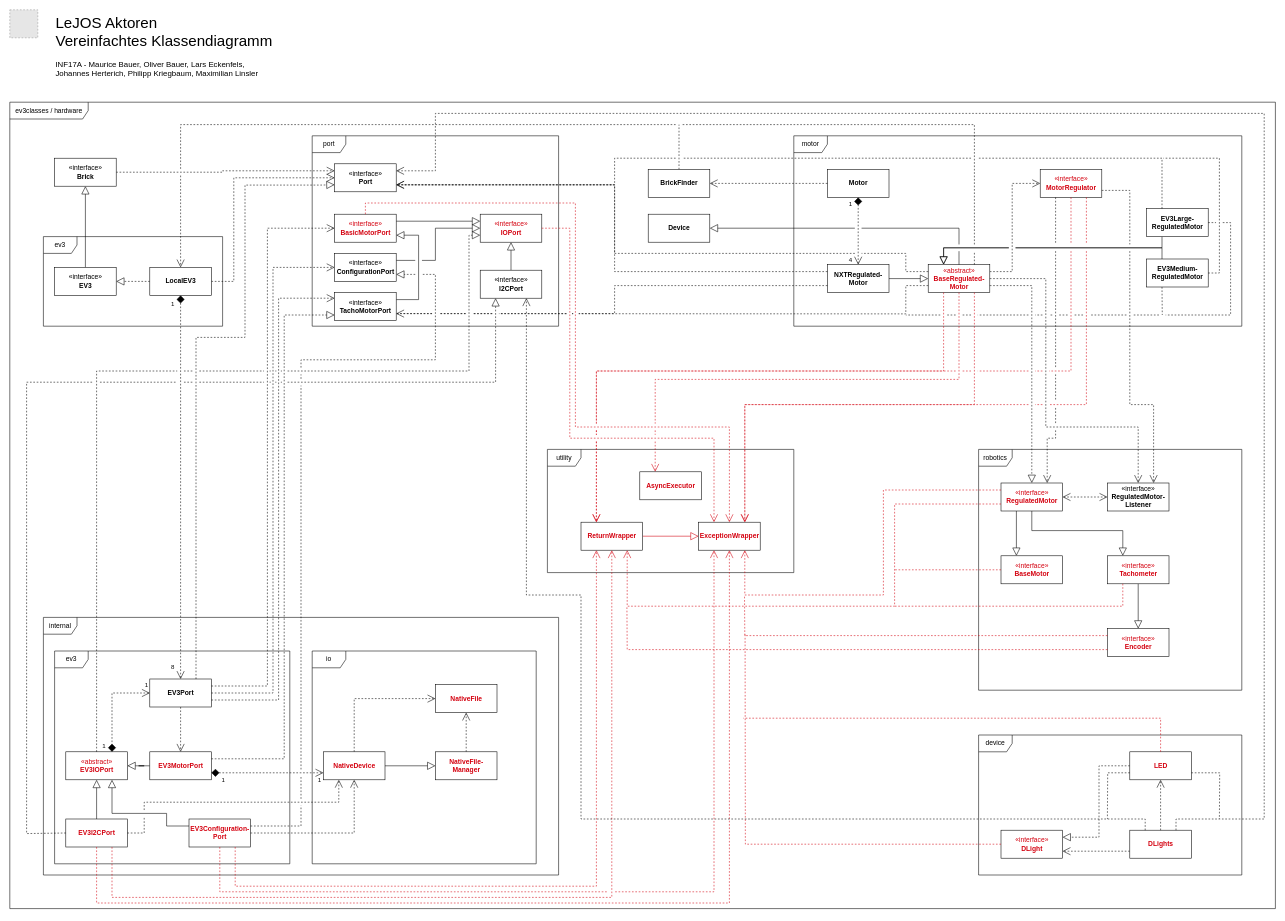
Earlier version of the draw.io diagram diagrams/Classdiagram_Full.drawio (herterjo/lejos-ev3). Source tidied: cells renumbered, new cells numbered last; positions are measured from the earlier drawing's top-left corner, leaving out a move shared by most shapes. Both pictures are drawn from the tidied source at 56%, with x=0, y=0 at pixel (10, 10). Pictures stored in the file or linked from it are replaced by grey dashed boxes.
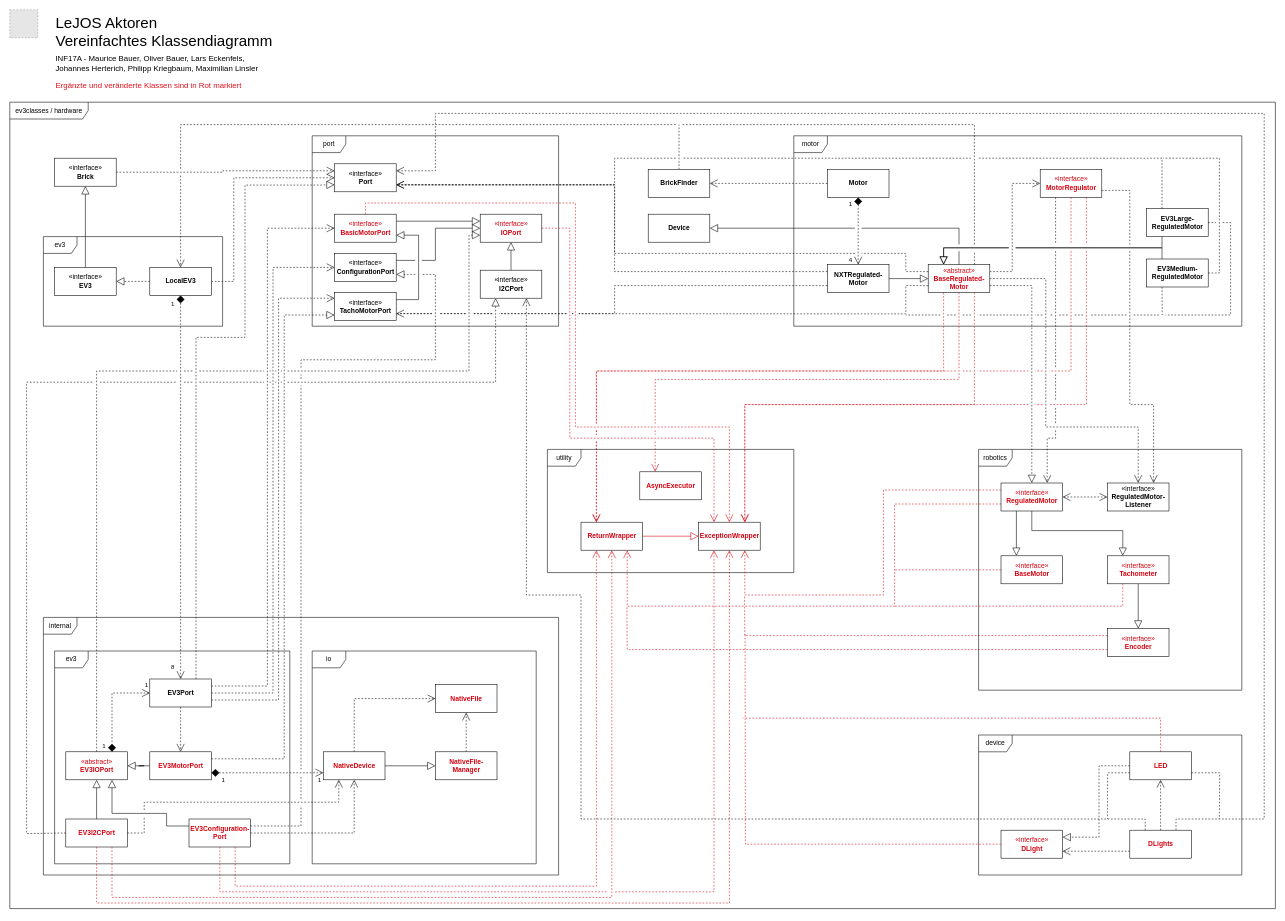
The same page after the edit.

The change refers to these unchanged cells:
```xml
<mxCell id="5" style="group;fontColor=#E2101E;" parent="3" vertex="1">
  <mxGeometry width="520" height="115" as="geometry" />
</mxCell>
```

Diff of the diagram source:
```diff
@@
     <mxCell id="7" value="INF17A - Maurice Bauer, Oliver Bauer, Lars Eckenfels,&lt;br&gt;Johannes Herterich, Philipp Kriegbaum, Maximilian Linsler" style="text;html=1;strokeColor=none;fillColor=none;align=left;verticalAlign=middle;whiteSpace=wrap;rounded=0;fontSize=14;" parent="5" vertex="1">
-      <mxGeometry x="80" y="95" width="440" height="20" as="geometry" />
+      <mxGeometry x="80" y="85" width="440" height="20" as="geometry" />
     </mxCell>
@@
+    <mxCell id="149" value="Ergänzte und veränderte Klassen sind in &lt;font&gt;Rot&lt;/font&gt; markiert" style="text;html=1;strokeColor=none;fillColor=none;align=left;verticalAlign=middle;whiteSpace=wrap;rounded=0;fontSize=14;fontColor=#E2101E;" parent="1" vertex="1">
+      <mxGeometry x="80" y="125" width="440" height="20" as="geometry" />
+    </mxCell>
```
